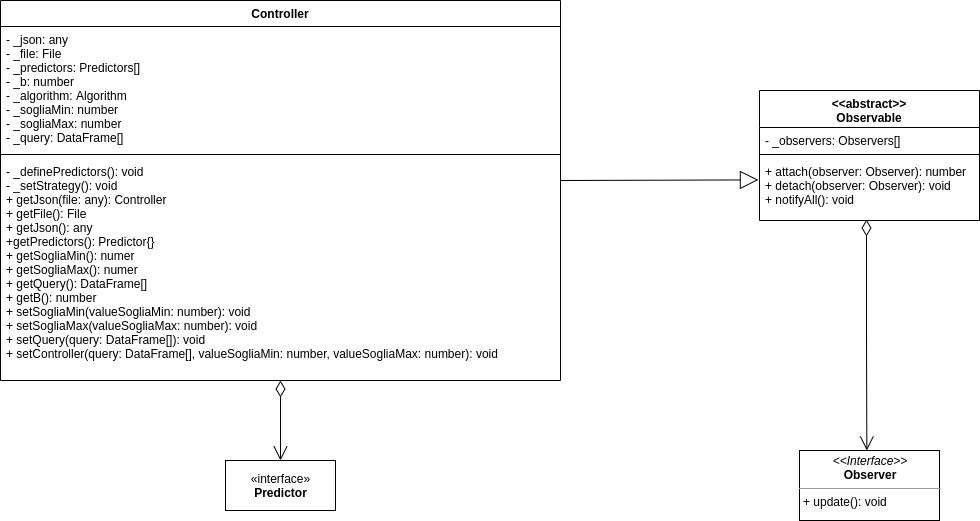
Above: Diagrams/Classes_diagrams/plugin_controller.png in teamafkSWE/PredireInGrafana-docs (draw.io), before the change. Source tidied: cells renumbered, new cells last; positions are measured from the earlier drawing's top-left corner, leaving out a move shared by most shapes.
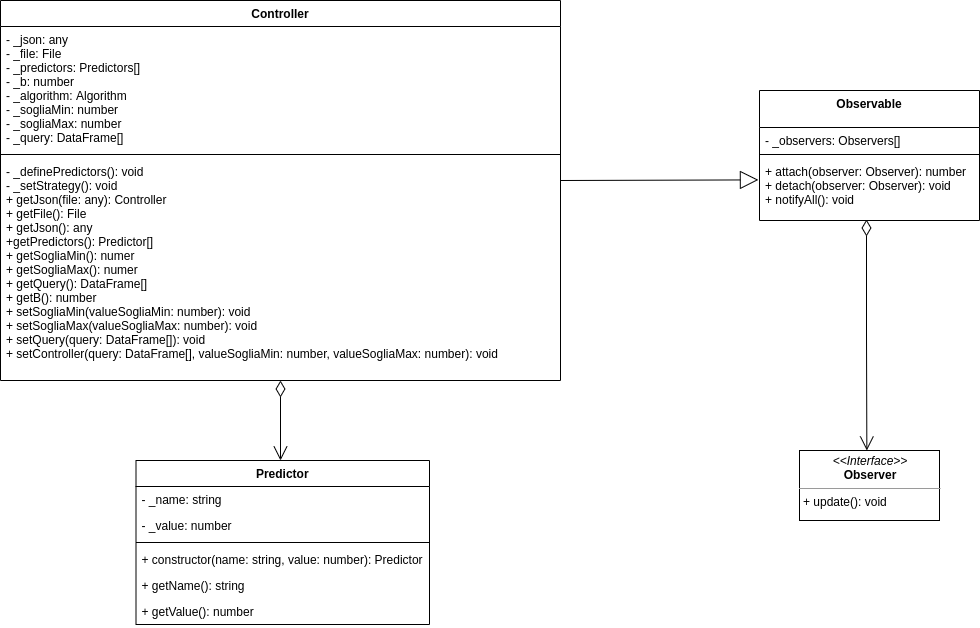
The same file after the commit.

Commit message:
fixed plugin controller uml

What changed in the source:
```diff
@@ -14,10 +14,10 @@
     <mxCell id="5" style="line;strokeWidth=1;fillColor=none;align=left;verticalAlign=middle;spacingTop=-1;spacingLeft=3;spacingRight=3;labelPosition=right;" parent="3" vertex="1">
       <mxGeometry y="150" width="560" height="8" as="geometry" />
     </mxCell>
-    <mxCell id="6" value="- _definePredictors(): void&#10;- _setStrategy(): void&#10;+ getJson(file: any): Controller&#10;+ getFile(): File&#10;+ getJson(): any&#10;+getPredictors(): Predictor{}&#10;+ getSogliaMin(): numer&#10;+ getSogliaMax(): numer&#10;+ getQuery(): DataFrame[]&#10;+ getB(): number&#10;+ setSogliaMin(valueSogliaMin: number): void&#10;+ setSogliaMax(valueSogliaMax: number): void&#10;+ setQuery(query: DataFrame[]): void&#10;+ setController(query: DataFrame[], valueSogliaMin: number, valueSogliaMax: number): void" style="text;strokeColor=none;fillColor=none;align=left;verticalAlign=top;spacingLeft=4;spacingRight=4;overflow=hidden;" parent="3" vertex="1">
+    <mxCell id="6" value="- _definePredictors(): void&#10;- _setStrategy(): void&#10;+ getJson(file: any): Controller&#10;+ getFile(): File&#10;+ getJson(): any&#10;+getPredictors(): Predictor[]&#10;+ getSogliaMin(): numer&#10;+ getSogliaMax(): numer&#10;+ getQuery(): DataFrame[]&#10;+ getB(): number&#10;+ setSogliaMin(valueSogliaMin: number): void&#10;+ setSogliaMax(valueSogliaMax: number): void&#10;+ setQuery(query: DataFrame[]): void&#10;+ setController(query: DataFrame[], valueSogliaMin: number, valueSogliaMax: number): void" style="text;strokeColor=none;fillColor=none;align=left;verticalAlign=top;spacingLeft=4;spacingRight=4;overflow=hidden;" parent="3" vertex="1">
       <mxGeometry y="158" width="560" height="222" as="geometry" />
     </mxCell>
-    <mxCell id="7" value="&lt;&lt;abstract&gt;&gt;&#10;Observable" style="swimlane;fontStyle=1;align=center;verticalAlign=top;horizontal=1;startSize=37;" parent="1" vertex="1">
+    <mxCell id="7" value="Observable" style="swimlane;fontStyle=1;align=center;verticalAlign=top;horizontal=1;startSize=37;" parent="1" vertex="1">
       <mxGeometry x="759" y="90" width="220" height="130" as="geometry" />
     </mxCell>
     <mxCell id="8" value="- _observers: Observers[]" style="text;strokeColor=none;fillColor=none;align=left;verticalAlign=top;spacingLeft=4;spacingRight=4;overflow=hidden;" parent="7" vertex="1">
@@ -45,12 +45,10 @@
     <mxCell id="14" style="html=1;align=right;verticalAlign=top;labelBackgroundColor=#ffffff;fontSize=10;" parent="12" vertex="1">
       <mxGeometry x="1" relative="1" as="geometry" />
     </mxCell>
-    <mxCell id="15" value="«interface»&lt;br&gt;&lt;div&gt;&lt;b&gt;Predictor&lt;/b&gt;&lt;/div&gt;" style="html=1;align=center;" parent="1" vertex="1">
-      <mxGeometry x="225" y="460" width="110" height="50" as="geometry" />
-    </mxCell>
-    <mxCell id="16" style="endArrow=open;html=1;endSize=12;startArrow=diamondThin;startSize=14;startFill=0;edgeStyle=orthogonalEdgeStyle;" parent="1" edge="1" target="15">
+    <mxCell id="16" style="endArrow=open;html=1;endSize=12;startArrow=diamondThin;startSize=14;startFill=0;edgeStyle=orthogonalEdgeStyle;" parent="1" edge="1">
       <mxGeometry relative="1" as="geometry">
         <mxPoint x="280" y="380" as="sourcePoint" />
+        <mxPoint x="280" y="460" as="targetPoint" />
       </mxGeometry>
     </mxCell>
     <mxCell id="17" style="html=1;align=left;verticalAlign=top;labelBackgroundColor=#ffffff;fontSize=10;" parent="16" vertex="1">
@@ -59,5 +57,26 @@
     <mxCell id="18" style="html=1;align=right;verticalAlign=top;labelBackgroundColor=#ffffff;fontSize=10;" parent="16" vertex="1">
       <mxGeometry x="1" relative="1" as="geometry" />
     </mxCell>
+    <mxCell id="19" value="Predictor" style="swimlane;fontStyle=1;align=center;verticalAlign=top;horizontal=1;startSize=26;" parent="1" vertex="1">
+      <mxGeometry x="135.5" y="460" width="293.5" height="164" as="geometry" />
+    </mxCell>
+    <mxCell id="20" value="- _name: string" style="text;strokeColor=none;fillColor=none;align=left;verticalAlign=top;spacingLeft=4;spacingRight=4;overflow=hidden;" parent="19" vertex="1">
+      <mxGeometry y="26" width="293.5" height="26" as="geometry" />
+    </mxCell>
+    <mxCell id="21" value="- _value: number" style="text;strokeColor=none;fillColor=none;align=left;verticalAlign=top;spacingLeft=4;spacingRight=4;overflow=hidden;" parent="19" vertex="1">
+      <mxGeometry y="52" width="293.5" height="26" as="geometry" />
+    </mxCell>
+    <mxCell id="22" style="line;strokeWidth=1;fillColor=none;align=left;verticalAlign=middle;spacingTop=-1;spacingLeft=3;spacingRight=3;labelPosition=right;" parent="19" vertex="1">
+      <mxGeometry y="78" width="293.5" height="8" as="geometry" />
+    </mxCell>
+    <mxCell id="23" value="+ constructor(name: string, value: number): Predictor" style="text;strokeColor=none;fillColor=none;align=left;verticalAlign=top;spacingLeft=4;spacingRight=4;overflow=hidden;" parent="19" vertex="1">
+      <mxGeometry y="86" width="293.5" height="26" as="geometry" />
+    </mxCell>
+    <mxCell id="24" value="+ getName(): string" style="text;strokeColor=none;fillColor=none;align=left;verticalAlign=top;spacingLeft=4;spacingRight=4;overflow=hidden;" parent="19" vertex="1">
+      <mxGeometry y="112" width="293.5" height="26" as="geometry" />
+    </mxCell>
+    <mxCell id="25" value="+ getValue(): number" style="text;strokeColor=none;fillColor=none;align=left;verticalAlign=top;spacingLeft=4;spacingRight=4;overflow=hidden;" parent="19" vertex="1">
+      <mxGeometry y="138" width="293.5" height="26" as="geometry" />
+    </mxCell>
   </root>
 </mxGraphModel>
```
